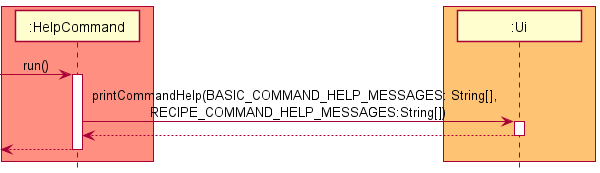
Before: docs/images/dg/HelpCommandSequenceDiagram.png, a diagram exported from PlantUML (rizemon/tp).
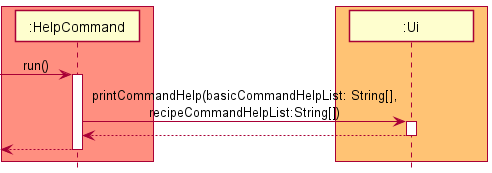
Above is the later version.

Commit message:
Updated HelpCommandSequence diagram to standardize using the method's parameter names instead.

The edit, as a diff of the source:
```diff
@@ -11,7 +11,7 @@
 
 -> HelpCommand: run()
 activate HelpCommand
-HelpCommand -> Ui: printCommandHelp(BASIC_COMMAND_HELP_MESSAGES: String[],  \nRECIPE_COMMAND_HELP_MESSAGES:String[])
+HelpCommand -> Ui: printCommandHelp(basicCommandHelpList: String[],\nrecipeCommandHelpList:String[])
 activate Ui
 HelpCommand <-- Ui
 deactivate Ui
```
